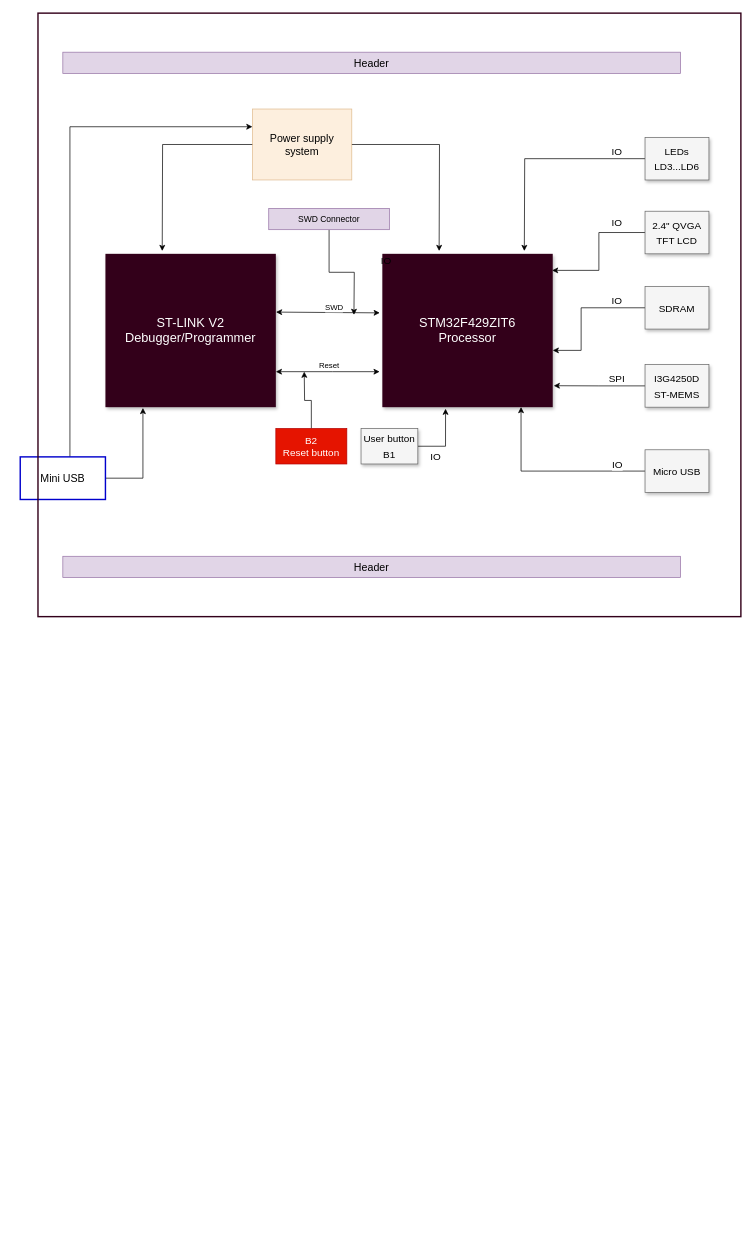
This is assignments/week_2/assets/hw_bd_stm32disco.drawio from kambadur/making_embedded_systems, a draw.io file, before an edit. Source tidied: cells renumbered, new cells numbered last; positions are measured from the earlier drawing's top-left corner, leaving out a move shared by most shapes. Both pictures are drawn from the tidied source at 71%, with x=0, y=0 at pixel (20, 13).
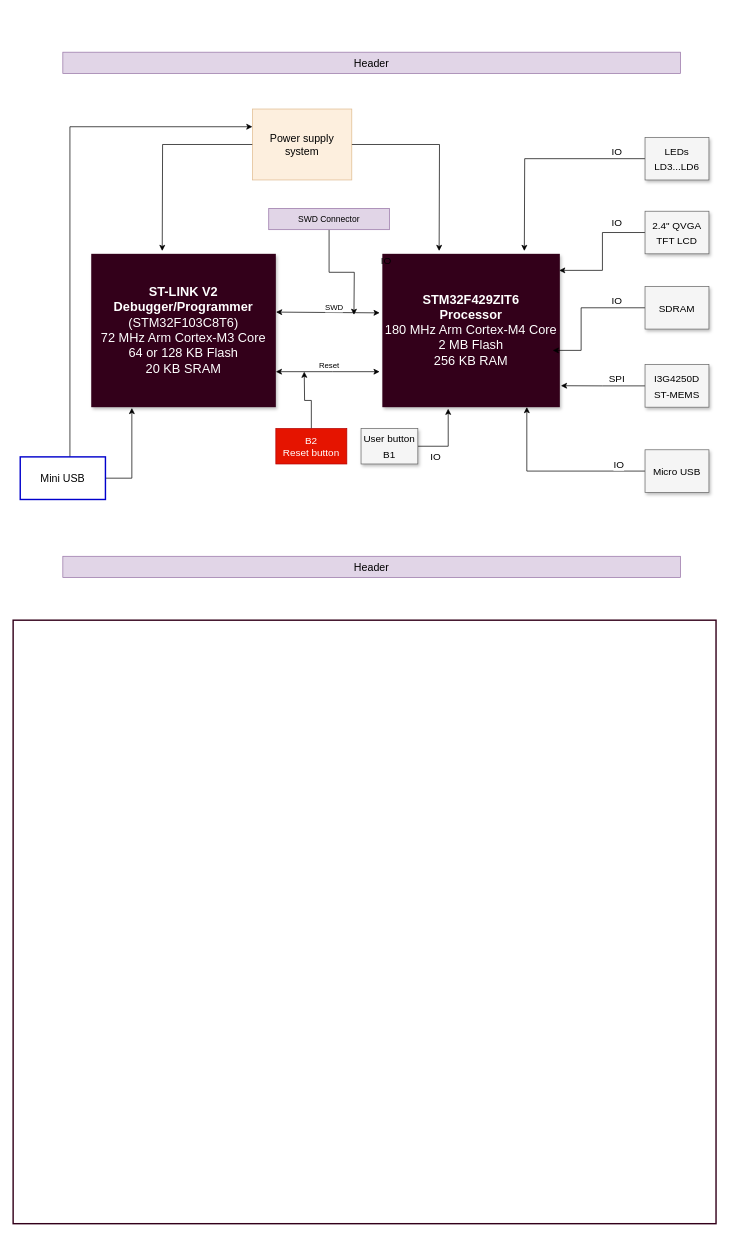
The same page after the edit.

Commit message (it also covers changes not shown here):
Update hw bd stm32disco

Change to the diagram source:
```diff
@@
-    <mxCell id="2" value="&lt;font color=&quot;#ffffff&quot;&gt;STM32F429ZIT6 &lt;br&gt;Processor&lt;/font&gt;" style="whiteSpace=wrap;html=1;shadow=1;fontSize=18;fillColor=#33001A;strokeColor=none;" parent="1" vertex="1">
-      <mxGeometry x="510" y="339" width="240" height="216" as="geometry" />
+    <mxCell id="2" value="&lt;font color=&quot;#ffffff&quot;&gt;&lt;b&gt;STM32F429ZIT6 &lt;br&gt;Processor&lt;/b&gt;&lt;br&gt;180 MHz Arm Cortex-M4 Core&lt;br&gt;&lt;div&gt;2 MB Flash&lt;/div&gt;&lt;div&gt;256 KB RAM&lt;/div&gt;&lt;/font&gt;" style="whiteSpace=wrap;html=1;shadow=1;fontSize=18;fillColor=#33001A;strokeColor=none;" parent="1" vertex="1">
+      <mxGeometry x="510" y="339" width="250" height="216" as="geometry" />
     </mxCell>
@@
-    <mxCell id="9" value="&lt;font color=&quot;#ffffff&quot;&gt;ST-LINK V2&lt;br&gt;Debugger/Programmer&lt;br&gt;&lt;/font&gt;" style="whiteSpace=wrap;html=1;shadow=1;fontSize=18;fillColor=#33001A;strokeColor=none;" parent="1" vertex="1">
-      <mxGeometry x="120" y="339" width="240" height="216" as="geometry" />
+    <mxCell id="9" value="&lt;font color=&quot;#ffffff&quot;&gt;&lt;b&gt;ST-LINK V2&lt;br&gt;Debugger/Programmer&lt;/b&gt;&lt;br&gt;(STM32F103C8T6)&lt;br&gt;72 MHz Arm Cortex-M3 Core&lt;br&gt;64 or 128 KB Flash&lt;br&gt;20 KB SRAM&lt;br&gt;&lt;/font&gt;" style="whiteSpace=wrap;html=1;shadow=1;fontSize=18;fillColor=#33001A;strokeColor=none;" parent="1" vertex="1">
+      <mxGeometry x="100" y="339" width="260" height="216" as="geometry" />
     </mxCell>
@@
     <mxCell id="36" style="rounded=0;whiteSpace=wrap;html=1;fontSize=14;fontColor=#FFFFFF;strokeColor=#33001A;fillColor=none;strokeWidth=2;" parent="1" vertex="1">
-      <mxGeometry x="25" width="990" height="850" as="geometry" />
+      <mxGeometry x="-10" y="855" width="990" height="850" as="geometry" />
     </mxCell>
```
